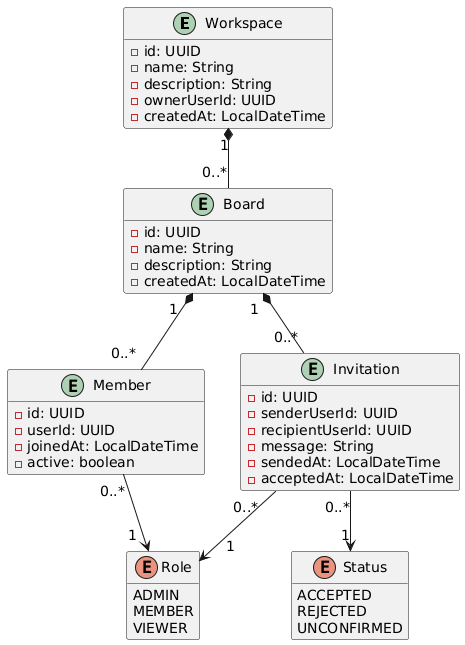
This is assets/diagrama_project.png from ArmandoEnrique1010K/TrelloMicroservices, a PlantUML export, as it was before one commit.
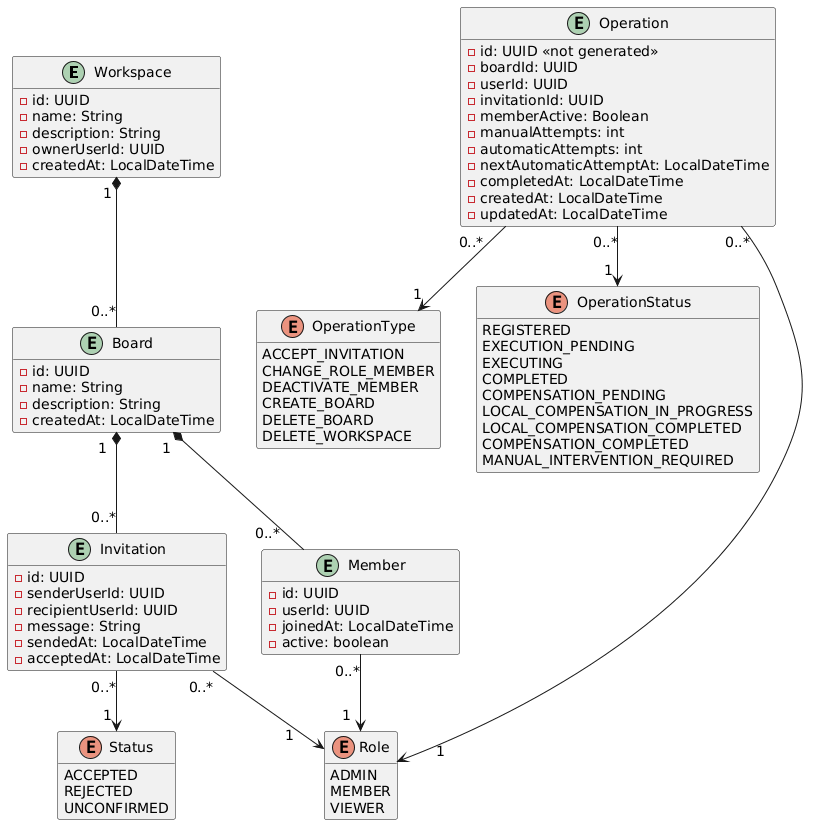
The same file after the commit.

Commit message:
Actualizar los tipos de operaciones y los diagramas de dominio

What changed in the source:
```diff
@@ -45,10 +45,50 @@
     UNCONFIRMED
 }
 
-Workspace "1" *-- "0..*" Board
-Board " 1  " *-- "0..*  " Member
+entity Operation {
+  - id: UUID <<not generated>>
+  - boardId: UUID
+  - userId: UUID
+  - invitationId: UUID
+  - memberActive: Boolean
+  - manualAttempts: int
+  - automaticAttempts: int
+  - nextAutomaticAttemptAt: LocalDateTime
+  - completedAt: LocalDateTime
+  - createdAt: LocalDateTime
+  - updatedAt: LocalDateTime
+}
+
+enum OperationType {
+  ACCEPT_INVITATION
+  CHANGE_ROLE_MEMBER
+  DEACTIVATE_MEMBER
+  CREATE_BOARD
+  DELETE_BOARD
+  DELETE_WORKSPACE
+}
+
+
+enum OperationStatus {
+  REGISTERED
+  EXECUTION_PENDING
+  EXECUTING
+  COMPLETED
+  COMPENSATION_PENDING
+  LOCAL_COMPENSATION_IN_PROGRESS
+  LOCAL_COMPENSATION_COMPLETED
+  COMPENSATION_COMPLETED
+  MANUAL_INTERVENTION_REQUIRED
+}
+
+Workspace "1 " *-- "0..*" Board
+Board " 1  " *-- "0..*   " Member
 Board "1  " *-- "0..*" Invitation
 Member "0..*" --> "1  " Role
-Invitation "0..*  " --> "    1" Role
-Invitation "0..*" --> "1" Status
+Invitation "0..*  " --> "1     " Role
+Invitation "0..*" --> "1 " Status
+
+Operation "0..*   " --> "1 " OperationType
+Operation "0..*" --> "1 " OperationStatus
+Operation "0..*" ----> "       1  " Role
 @enduml
```
